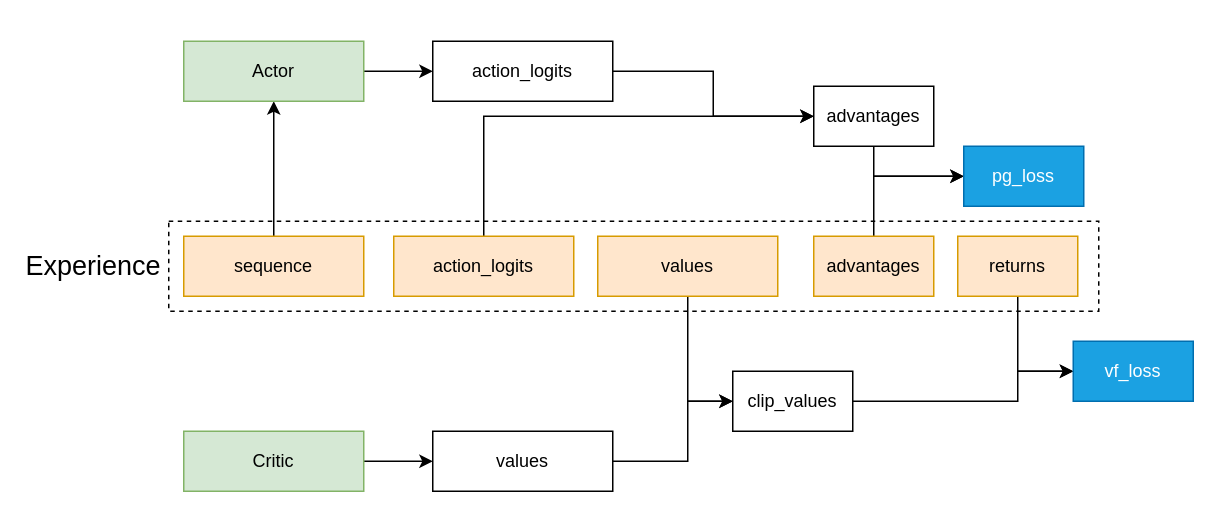
Earlier version of the draw.io diagram PPO-train.drawio (wuxibin89/drawio). Source tidied: cells renumbered, new cells numbered last; positions are measured from the earlier drawing's top-left corner, leaving out a move shared by most shapes. Both pictures are drawn from the tidied source at 150%, with x=0, y=0 at pixel (48, 40).
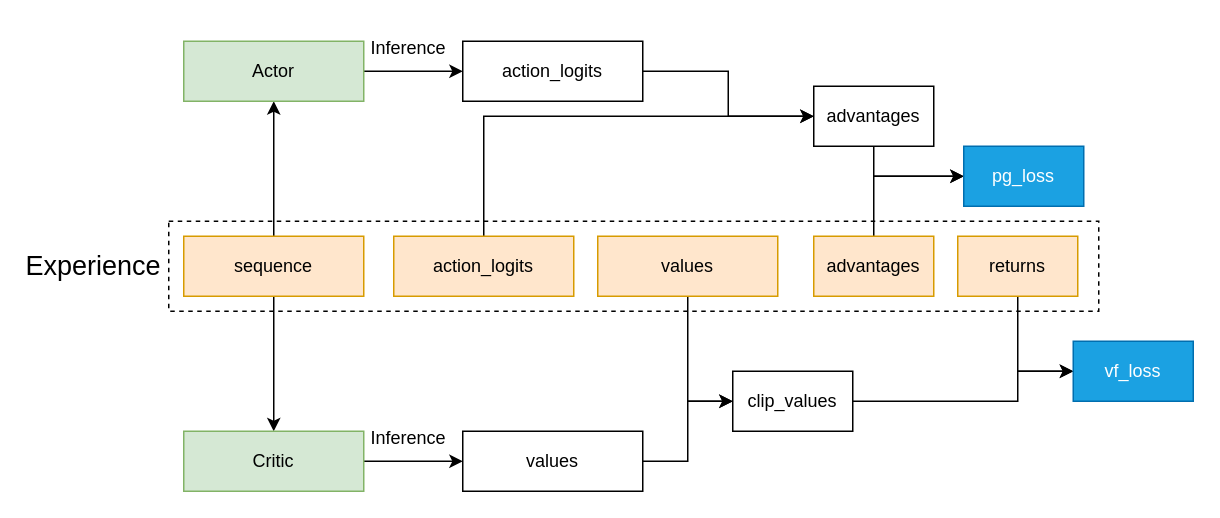
Above is the later version.

The change refers to these unchanged cells:
```xml
<mxCell id="4" value="sequence" style="rounded=0;whiteSpace=wrap;html=1;fillColor=#ffe6cc;strokeColor=#d79b00;" parent="1" vertex="1">
  <mxGeometry x="90" y="130" width="120" height="40" as="geometry" />
</mxCell>
<mxCell id="22" value="Critic" style="rounded=0;whiteSpace=wrap;html=1;fillColor=#d5e8d4;strokeColor=#82b366;" parent="1" vertex="1">
  <mxGeometry x="90" y="260" width="120" height="40" as="geometry" />
</mxCell>
```

What changed in the source:
```diff
@@
+    <mxCell id="28" style="edgeStyle=orthogonalEdgeStyle;rounded=0;jettySize=auto;html=1;exitX=0.5;exitY=1;exitDx=0;exitDy=0;" parent="1" edge="1" source="4" target="22">
+      <mxGeometry relative="1" as="geometry" />
+    </mxCell>
@@
     <mxCell id="17" value="action_logits" style="rounded=0;whiteSpace=wrap;html=1;" parent="1" vertex="1">
-      <mxGeometry x="256" width="120" height="40" as="geometry" />
+      <mxGeometry x="276" width="120" height="40" as="geometry" />
     </mxCell>
@@
     <mxCell id="24" value="values" style="rounded=0;whiteSpace=wrap;html=1;" parent="1" vertex="1">
-      <mxGeometry x="256" y="260" width="120" height="40" as="geometry" />
+      <mxGeometry x="276" y="260" width="120" height="40" as="geometry" />
     </mxCell>
@@
+    <mxCell id="29" value="Inference" style="text;html=1;strokeColor=none;fillColor=none;align=center;verticalAlign=middle;whiteSpace=wrap;rounded=0;" parent="1" vertex="1">
+      <mxGeometry x="210" y="-10" width="60" height="30" as="geometry" />
+    </mxCell>
+    <mxCell id="30" value="Inference" style="text;html=1;strokeColor=none;fillColor=none;align=center;verticalAlign=middle;whiteSpace=wrap;rounded=0;" parent="1" vertex="1">
+      <mxGeometry x="210" y="250" width="60" height="30" as="geometry" />
+    </mxCell>
```
